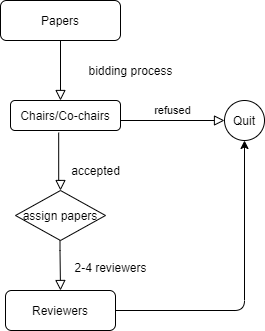
Above: doc/State machine diagrams/AssignPapers.png in IcerOut/RedSnakes (draw.io), before the change. Source tidied: cells renumbered, new cells last; positions are measured from the earlier drawing's top-left corner, leaving out a move shared by most shapes. Its diagram source:
```xml
<mxGraphModel>
  <root>
    <mxCell id="0" />
    <mxCell id="1" parent="0" />
    <mxCell id="2" style="rounded=0;html=1;jettySize=auto;fontSize=11;endArrow=block;endFill=0;endSize=8;strokeWidth=1;shadow=0;labelBackgroundColor=none;edgeStyle=orthogonalEdgeStyle;" parent="1" edge="1" source="3">
      <mxGeometry relative="1" as="geometry">
        <mxPoint x="60" y="100" as="targetPoint" />
      </mxGeometry>
    </mxCell>
    <mxCell id="3" value="Papers" style="rounded=1;whiteSpace=wrap;html=1;fontSize=12;glass=0;strokeWidth=1;shadow=0;" parent="1" vertex="1">
      <mxGeometry width="120" height="40" as="geometry" />
    </mxCell>
    <mxCell id="4" style="rounded=0;html=1;jettySize=auto;fontSize=11;endArrow=block;endFill=0;endSize=8;strokeWidth=1;shadow=0;labelBackgroundColor=none;edgeStyle=orthogonalEdgeStyle;exitX=0.438;exitY=1.07;exitDx=0;exitDy=0;exitPerimeter=0;" parent="1" edge="1" source="8">
      <mxGeometry x="0.67" y="180" relative="1" as="geometry">
        <mxPoint x="60" y="190" as="targetPoint" />
        <Array as="points">
          <mxPoint x="58" y="180" />
          <mxPoint x="60" y="180" />
        </Array>
        <mxPoint y="-10" as="offset" />
      </mxGeometry>
    </mxCell>
    <mxCell id="5" style="rounded=0;html=1;jettySize=auto;orthogonalLoop=1;fontSize=11;endArrow=block;endFill=0;endSize=8;strokeWidth=1;shadow=0;labelBackgroundColor=none;edgeStyle=orthogonalEdgeStyle;" parent="1" edge="1">
      <mxGeometry x="0.33" y="20" relative="1" as="geometry">
        <mxPoint x="59.5" y="240" as="sourcePoint" />
        <mxPoint x="60" y="290" as="targetPoint" />
        <Array as="points">
          <mxPoint x="60" y="250" />
          <mxPoint x="60" y="250" />
        </Array>
      </mxGeometry>
    </mxCell>
    <mxCell id="6" value="refused" style="edgeStyle=orthogonalEdgeStyle;rounded=0;html=1;jettySize=auto;fontSize=11;endArrow=block;endFill=0;endSize=8;strokeWidth=1;shadow=0;labelBackgroundColor=none;" parent="1" edge="1" target="11">
      <mxGeometry y="10" relative="1" as="geometry">
        <mxPoint x="120" y="120" as="sourcePoint" />
        <Array as="points">
          <mxPoint x="250" y="120" />
        </Array>
      </mxGeometry>
    </mxCell>
    <mxCell id="7" value="bidding process&lt;br&gt;" style="text;html=1;align=center;verticalAlign=middle;" parent="1" vertex="1">
      <mxGeometry x="80" y="60" width="100" height="20" as="geometry" />
    </mxCell>
    <mxCell id="8" value="Chairs/Co-chairs" style="rounded=1;whiteSpace=wrap;html=1;" parent="1" vertex="1">
      <mxGeometry x="10" y="100" width="110" height="30" as="geometry" />
    </mxCell>
    <mxCell id="9" value="Reviewers" style="rounded=1;whiteSpace=wrap;html=1;" parent="1" vertex="1">
      <mxGeometry x="5" y="290" width="110" height="40" as="geometry" />
    </mxCell>
    <mxCell id="10" value="assign papers" style="rhombus;whiteSpace=wrap;html=1;" parent="1" vertex="1">
      <mxGeometry x="15" y="190" width="90" height="50" as="geometry" />
    </mxCell>
    <mxCell id="11" value="Quit" style="ellipse;whiteSpace=wrap;html=1;" parent="1" vertex="1">
      <mxGeometry x="224" y="100" width="40" height="40" as="geometry" />
    </mxCell>
    <mxCell id="12" value="accepted" style="text;html=1;align=center;verticalAlign=middle;" parent="1" vertex="1">
      <mxGeometry x="65" y="160" width="60" height="20" as="geometry" />
    </mxCell>
    <mxCell id="13" value="2-4 reviewers" style="text;html=1;align=center;verticalAlign=middle;" parent="1" vertex="1">
      <mxGeometry x="65" y="257" width="90" height="20" as="geometry" />
    </mxCell>
    <mxCell id="14" style="endArrow=classic;html=1;exitX=1;exitY=0.5;exitDx=0;exitDy=0;entryX=0.5;entryY=1;entryDx=0;entryDy=0;" parent="1" edge="1" source="9" target="11">
      <mxGeometry relative="1" as="geometry">
        <Array as="points">
          <mxPoint x="244" y="310" />
        </Array>
      </mxGeometry>
    </mxCell>
  </root>
</mxGraphModel>
```
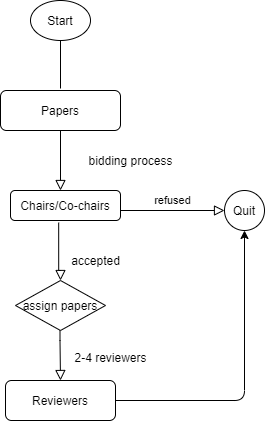
Above is the later version.

Commit message:
modified state machine diagrams

The edit, as a diff of the source:
```diff
@@ -66,5 +66,13 @@
         </Array>
       </mxGeometry>
     </mxCell>
+    <mxCell id="15" value="Start" style="ellipse;whiteSpace=wrap;html=1;" parent="1" vertex="1">
+      <mxGeometry x="30" y="-90" width="60" height="40" as="geometry" />
+    </mxCell>
+    <mxCell id="16" style="endArrow=none;html=1;entryX=0.5;entryY=1;entryDx=0;entryDy=0;" parent="1" edge="1" target="15">
+      <mxGeometry relative="1" as="geometry">
+        <mxPoint x="60" y="-2" as="sourcePoint" />
+      </mxGeometry>
+    </mxCell>
   </root>
 </mxGraphModel>
```
